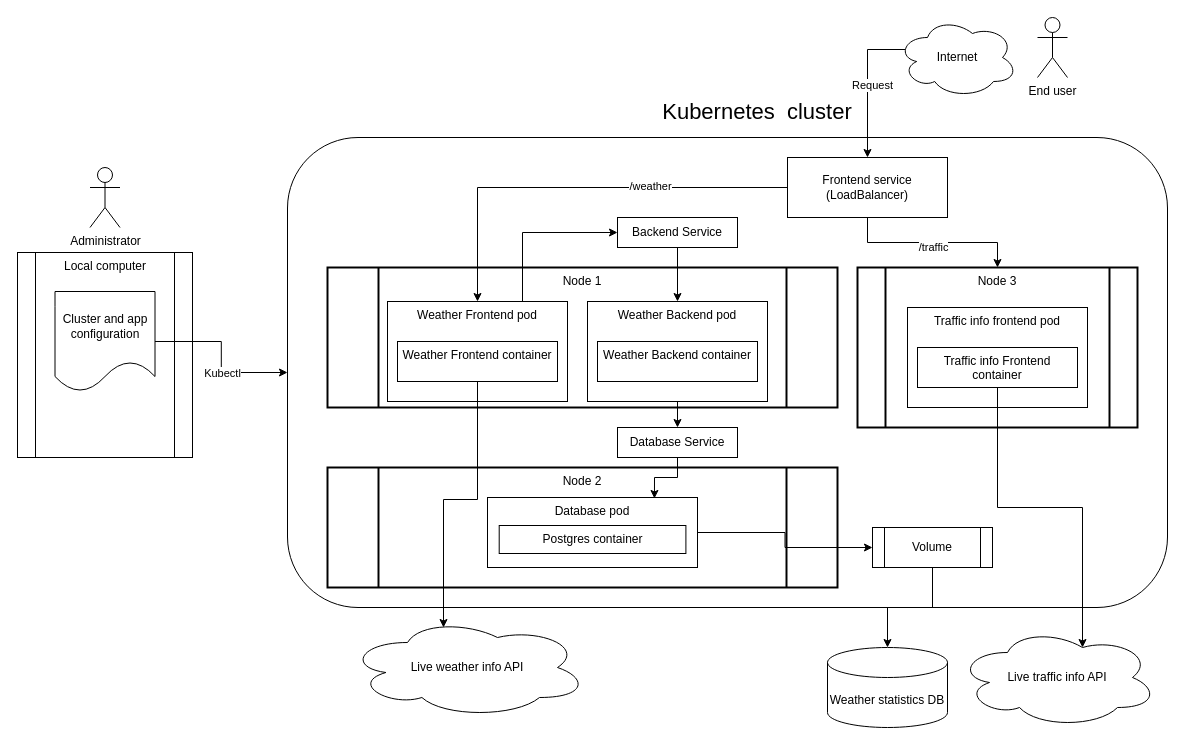
Before: Kubernetes example.drawio in Ik-12/dwd-3.11, a draw.io diagram. Source tidied: cells renumbered, new cells numbered last; positions are measured from the earlier drawing's top-left corner, leaving out a move shared by most shapes. Both pictures are drawn from the tidied source at 100%, with x=0, y=0 at pixel (17, 17).
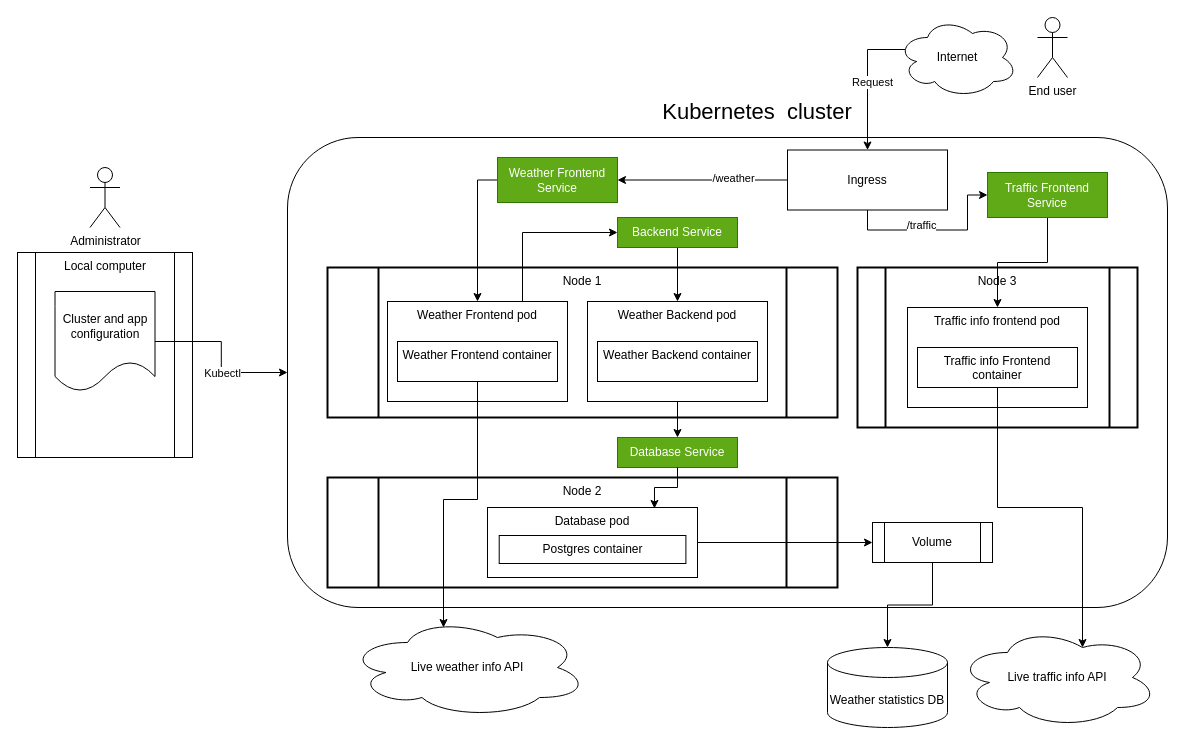
The same diagram, later.

Unchanged cells that the change refers to:
```xml
<mxCell id="10" value="Node 3" style="shape=process;whiteSpace=wrap;html=1;backgroundOutline=1;strokeWidth=1.9685;verticalAlign=top;" parent="1" vertex="1">
  <mxGeometry x="840" y="250" width="280" height="160" as="geometry" />
</mxCell>
<mxCell id="17" value="Weather Frontend pod" style="rounded=0;whiteSpace=wrap;html=1;verticalAlign=top;" parent="16" vertex="1">
  <mxGeometry width="180" height="100" as="geometry" />
</mxCell>
<mxCell id="33" value="Traffic info frontend pod" style="rounded=0;whiteSpace=wrap;html=1;verticalAlign=top;" parent="32" vertex="1">
  <mxGeometry width="180" height="100" as="geometry" />
</mxCell>
```

The edit, as a diff of the source:
```diff
@@
     <mxCell id="11" value="Node 2" style="shape=process;whiteSpace=wrap;html=1;backgroundOutline=1;strokeWidth=1.9685;verticalAlign=top;" parent="1" vertex="1">
-      <mxGeometry x="310" y="450" width="510" height="120" as="geometry" />
+      <mxGeometry x="310" y="460" width="510" height="110" as="geometry" />
     </mxCell>
     <mxCell id="12" value="Node 1" style="shape=process;whiteSpace=wrap;html=1;backgroundOutline=1;verticalAlign=top;strokeWidth=1.9685;" parent="1" vertex="1">
-      <mxGeometry x="310" y="250" width="510" height="140" as="geometry" />
+      <mxGeometry x="310" y="250" width="510" height="150" as="geometry" />
     </mxCell>
@@
     <mxCell id="22" style="group;" parent="1" vertex="1">
-      <mxGeometry x="470" y="480" width="210" height="70" as="geometry" />
+      <mxGeometry x="470" y="490" width="210" height="70" as="geometry" />
     </mxCell>
@@
     <mxCell id="26" value="Volume" style="shape=process;whiteSpace=wrap;html=1;backgroundOutline=1;" parent="1" vertex="1">
-      <mxGeometry x="855" y="510" width="120" height="40" as="geometry" />
+      <mxGeometry x="855" y="505" width="120" height="40" as="geometry" />
     </mxCell>
-    <mxCell id="27" style="edgeStyle=orthogonalEdgeStyle;rounded=0;jettySize=auto;html=1;exitX=0;exitY=0.5;exitDx=0;exitDy=0;" parent="1" edge="1" source="31" target="17">
+    <mxCell id="27" style="edgeStyle=orthogonalEdgeStyle;rounded=0;jettySize=auto;html=1;exitX=0;exitY=0.5;exitDx=0;exitDy=0;" parent="1" edge="1" source="48" target="17">
       <mxGeometry relative="1" as="geometry" />
     </mxCell>
-    <mxCell id="28" value="/weather" style="edgeLabel;html=1;align=center;verticalAlign=middle;" parent="27" vertex="1">
-      <mxGeometry x="-0.35" y="-2" relative="1" as="geometry" />
-    </mxCell>
-    <mxCell id="29" style="edgeStyle=orthogonalEdgeStyle;rounded=0;jettySize=auto;html=1;exitX=0.5;exitY=1;exitDx=0;exitDy=0;" parent="1" edge="1" source="31" target="10">
+    <mxCell id="29" style="edgeStyle=orthogonalEdgeStyle;rounded=0;jettySize=auto;html=1;exitX=0.5;exitY=1;exitDx=0;exitDy=0;entryX=0;entryY=0.5;entryDx=0;entryDy=0;" parent="1" edge="1" source="31" target="50">
       <mxGeometry relative="1" as="geometry" />
     </mxCell>
     <mxCell id="30" value="/traffic" style="edgeLabel;html=1;align=center;verticalAlign=middle;" parent="29" vertex="1">
       <mxGeometry x="-0.01" y="-4" relative="1" as="geometry">
-        <mxPoint x="1" as="offset" />
+        <mxPoint x="-14" y="-9" as="offset" />
       </mxGeometry>
     </mxCell>
-    <mxCell id="31" value="Frontend service (LoadBalancer)" style="rounded=0;whiteSpace=wrap;html=1;" parent="1" vertex="1">
-      <mxGeometry x="770" y="140" width="160" height="60" as="geometry" />
+    <mxCell id="31" value="Ingress" style="rounded=0;whiteSpace=wrap;html=1;" parent="1" vertex="1">
+      <mxGeometry x="770" y="132.5" width="160" height="60" as="geometry" />
     </mxCell>
@@
-    <mxCell id="42" value="Backend Service" style="rounded=0;whiteSpace=wrap;html=1;" parent="1" vertex="1">
+    <mxCell id="42" value="Backend Service" style="rounded=0;whiteSpace=wrap;html=1;fillColor=#60a917;fontColor=#ffffff;strokeColor=#2D7600;" parent="1" vertex="1">
       <mxGeometry x="600" y="200" width="120" height="30" as="geometry" />
     </mxCell>
@@
-    <mxCell id="44" value="Database Service" style="rounded=0;whiteSpace=wrap;html=1;" parent="1" vertex="1">
-      <mxGeometry x="600" y="410" width="120" height="30" as="geometry" />
+    <mxCell id="44" value="Database Service" style="rounded=0;whiteSpace=wrap;html=1;fillColor=#60a917;fontColor=#ffffff;strokeColor=#2D7600;" parent="1" vertex="1">
+      <mxGeometry x="600" y="420" width="120" height="30" as="geometry" />
     </mxCell>
@@
+    <mxCell id="47" style="edgeStyle=orthogonalEdgeStyle;rounded=0;jettySize=auto;html=1;exitX=0;exitY=0.5;exitDx=0;exitDy=0;" parent="1" edge="1" source="31" target="48">
+      <mxGeometry relative="1" as="geometry" />
+    </mxCell>
+    <mxCell id="28" value="/weather" style="edgeLabel;html=1;align=center;verticalAlign=middle;" parent="47" vertex="1">
+      <mxGeometry x="-0.35" y="-2" relative="1" as="geometry" />
+    </mxCell>
+    <mxCell id="48" value="Weather Frontend Service" style="rounded=0;whiteSpace=wrap;html=1;fillColor=#60a917;fontColor=#ffffff;strokeColor=#2D7600;" parent="1" vertex="1">
+      <mxGeometry x="480" y="140" width="120" height="45" as="geometry" />
+    </mxCell>
+    <mxCell id="49" style="edgeStyle=orthogonalEdgeStyle;rounded=0;jettySize=auto;html=1;exitX=0.5;exitY=1;exitDx=0;exitDy=0;entryX=0.5;entryY=0;entryDx=0;entryDy=0;" parent="1" edge="1" source="50" target="33">
+      <mxGeometry relative="1" as="geometry" />
+    </mxCell>
+    <mxCell id="50" value="Traffic Frontend Service" style="rounded=0;whiteSpace=wrap;html=1;fillColor=#60a917;fontColor=#ffffff;strokeColor=#2D7600;" parent="1" vertex="1">
+      <mxGeometry x="970" y="155" width="120" height="45" as="geometry" />
+    </mxCell>
```
